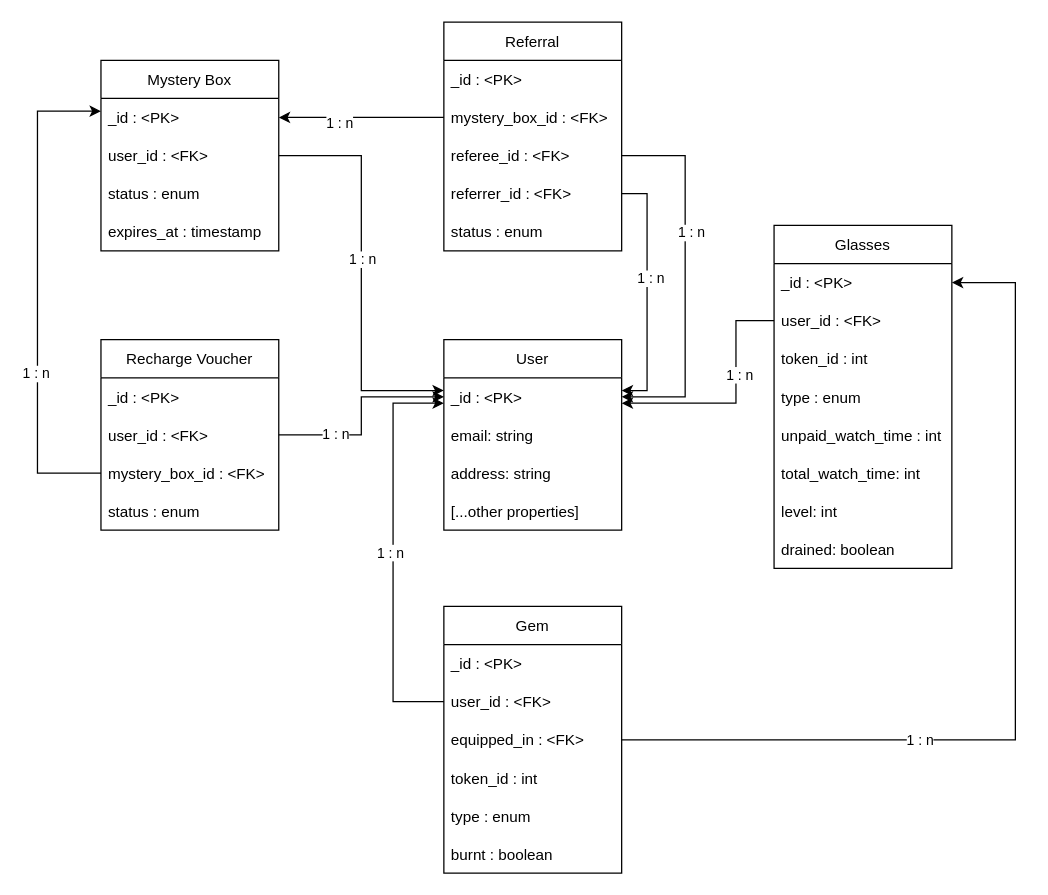
Before: draw.io/script-tv.drawio in n4beel/diagrams, a draw.io diagram. Source tidied: cells renumbered, new cells numbered last; positions are measured from the earlier drawing's top-left corner, leaving out a move shared by most shapes. Both pictures are drawn from the tidied source at 127%, with x=0, y=0 at pixel (37, 22).
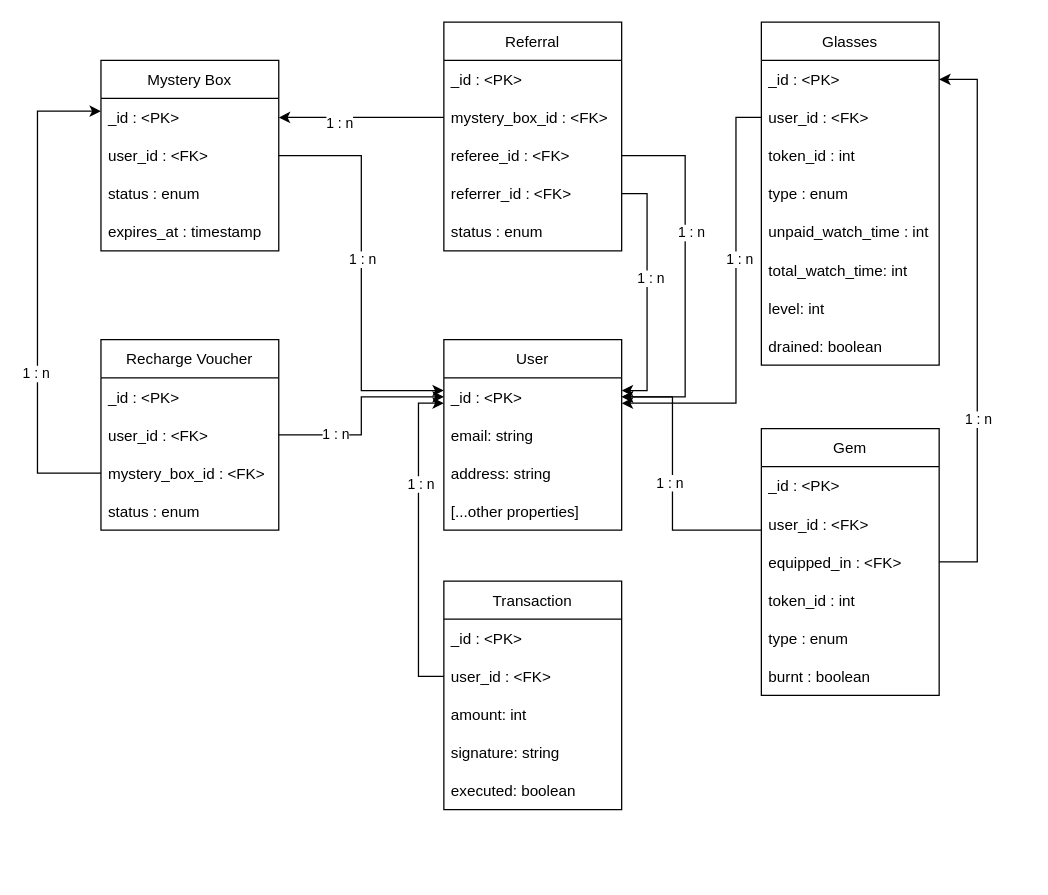
After the change.

The change refers to these unchanged cells:
```xml
<mxCell id="14" value="user_id : &lt;FK&gt;" style="text;align=left;verticalAlign=middle;spacingLeft=4;spacingRight=4;overflow=hidden;points=[[0,0.5],[1,0.5]];portConstraint=eastwest;" parent="12" vertex="1">
  <mxGeometry y="60" width="140" height="30" as="geometry" />
</mxCell>
<mxCell id="15" value="equipped_in : &lt;FK&gt;" style="text;align=left;verticalAlign=middle;spacingLeft=4;spacingRight=4;overflow=hidden;points=[[0,0.5],[1,0.5]];portConstraint=eastwest;" parent="12" vertex="1">
  <mxGeometry y="90" width="140" height="30" as="geometry" />
</mxCell>
<mxCell id="20" value="_id : &lt;PK&gt;" style="text;align=left;verticalAlign=middle;spacingLeft=4;spacingRight=4;overflow=hidden;points=[[0,0.5],[1,0.5]];portConstraint=eastwest;" parent="19" vertex="1">
  <mxGeometry y="30" width="140" height="30" as="geometry" />
</mxCell>
<mxCell id="21" value="user_id : &lt;FK&gt;" style="text;align=left;verticalAlign=middle;spacingLeft=4;spacingRight=4;overflow=hidden;points=[[0,0.5],[1,0.5]];portConstraint=eastwest;" parent="19" vertex="1">
  <mxGeometry y="60" width="140" height="30" as="geometry" />
</mxCell>
<mxCell id="29" value="_id : &lt;PK&gt;" style="text;align=left;verticalAlign=middle;spacingLeft=4;spacingRight=4;overflow=hidden;points=[[0,0.5],[1,0.5]];portConstraint=eastwest;" parent="28" vertex="1">
  <mxGeometry y="30" width="140" height="30" as="geometry" />
</mxCell>
```

Diff of the diagram source:
```diff
@@
     <mxCell id="12" value="Gem" style="swimlane;fontStyle=0;horizontal=1;startSize=30;" parent="1" vertex="1">
-      <mxGeometry x="320" y="460" width="140" height="210" as="geometry" />
+      <mxGeometry x="570" y="320" width="140" height="210" as="geometry" />
     </mxCell>
@@
     <mxCell id="19" value="Glasses" style="swimlane;fontStyle=0;horizontal=1;startSize=30;" parent="1" vertex="1">
-      <mxGeometry x="580" y="160" width="140" height="270" as="geometry" />
+      <mxGeometry x="570" width="140" height="270" as="geometry" />
     </mxCell>
@@
     <mxCell id="45" style="edgeStyle=orthogonalEdgeStyle;rounded=0;jettySize=auto;html=1;" parent="1" edge="1" source="21" target="29">
       <mxGeometry relative="1" as="geometry">
         <Array as="points">
-          <mxPoint x="550" y="235" />
+          <mxPoint x="550" y="75" />
           <mxPoint x="550" y="300" />
         </Array>
       </mxGeometry>
     </mxCell>
@@
     <mxCell id="49" style="edgeStyle=orthogonalEdgeStyle;rounded=0;jettySize=auto;html=1;" parent="1" edge="1" source="14" target="29">
       <mxGeometry relative="1" as="geometry">
         <Array as="points">
-          <mxPoint x="280" y="535" />
-          <mxPoint x="280" y="300" />
+          <mxPoint x="500" y="400" />
+          <mxPoint x="500" y="295" />
         </Array>
       </mxGeometry>
     </mxCell>
@@
     <mxCell id="51" style="edgeStyle=orthogonalEdgeStyle;rounded=0;jettySize=auto;html=1;" parent="1" edge="1" source="15" target="20">
       <mxGeometry relative="1" as="geometry">
         <Array as="points">
-          <mxPoint x="770" y="565" />
-          <mxPoint x="770" y="205" />
+          <mxPoint x="740" y="425" />
+          <mxPoint x="740" y="45" />
         </Array>
       </mxGeometry>
     </mxCell>
@@
+    <mxCell id="57" value="Transaction" style="swimlane;fontStyle=0;horizontal=1;startSize=30;" parent="1" vertex="1">
+      <mxGeometry x="320" y="440" width="140" height="180" as="geometry" />
+    </mxCell>
+    <mxCell id="58" value="_id : &lt;PK&gt;" style="text;align=left;verticalAlign=middle;spacingLeft=4;spacingRight=4;overflow=hidden;" parent="57" vertex="1">
+      <mxGeometry y="30" width="140" height="30" as="geometry" />
+    </mxCell>
+    <mxCell id="59" value="user_id : &lt;FK&gt;" style="text;align=left;verticalAlign=middle;spacingLeft=4;spacingRight=4;overflow=hidden;points=[[0,0.5],[1,0.5]];portConstraint=eastwest;" parent="57" vertex="1">
+      <mxGeometry y="60" width="140" height="30" as="geometry" />
+    </mxCell>
+    <mxCell id="60" value="amount: int" style="text;strokeColor=none;fillColor=none;align=left;verticalAlign=middle;spacingLeft=4;spacingRight=4;overflow=hidden;" parent="57" vertex="1">
+      <mxGeometry y="90" width="140" height="30" as="geometry" />
+    </mxCell>
+    <mxCell id="61" value="signature: string" style="text;strokeColor=none;fillColor=none;align=left;verticalAlign=middle;spacingLeft=4;spacingRight=4;overflow=hidden;" parent="57" vertex="1">
+      <mxGeometry y="120" width="140" height="30" as="geometry" />
+    </mxCell>
+    <mxCell id="62" value="executed: boolean" style="text;strokeColor=none;fillColor=none;align=left;verticalAlign=middle;spacingLeft=4;spacingRight=4;overflow=hidden;" parent="57" vertex="1">
+      <mxGeometry y="150" width="140" height="30" as="geometry" />
+    </mxCell>
+    <mxCell id="63" style="edgeStyle=orthogonalEdgeStyle;rounded=0;jettySize=auto;html=1;" parent="1" edge="1" source="59" target="29">
+      <mxGeometry relative="1" as="geometry">
+        <Array as="points">
+          <mxPoint x="300" y="515" />
+          <mxPoint x="300" y="300" />
+        </Array>
+      </mxGeometry>
+    </mxCell>
+    <mxCell id="64" value="1 : n" style="edgeLabel;html=1;align=center;verticalAlign=middle;" parent="63" vertex="1">
+      <mxGeometry x="0.35" y="-1" relative="1" as="geometry" />
+    </mxCell>
```
